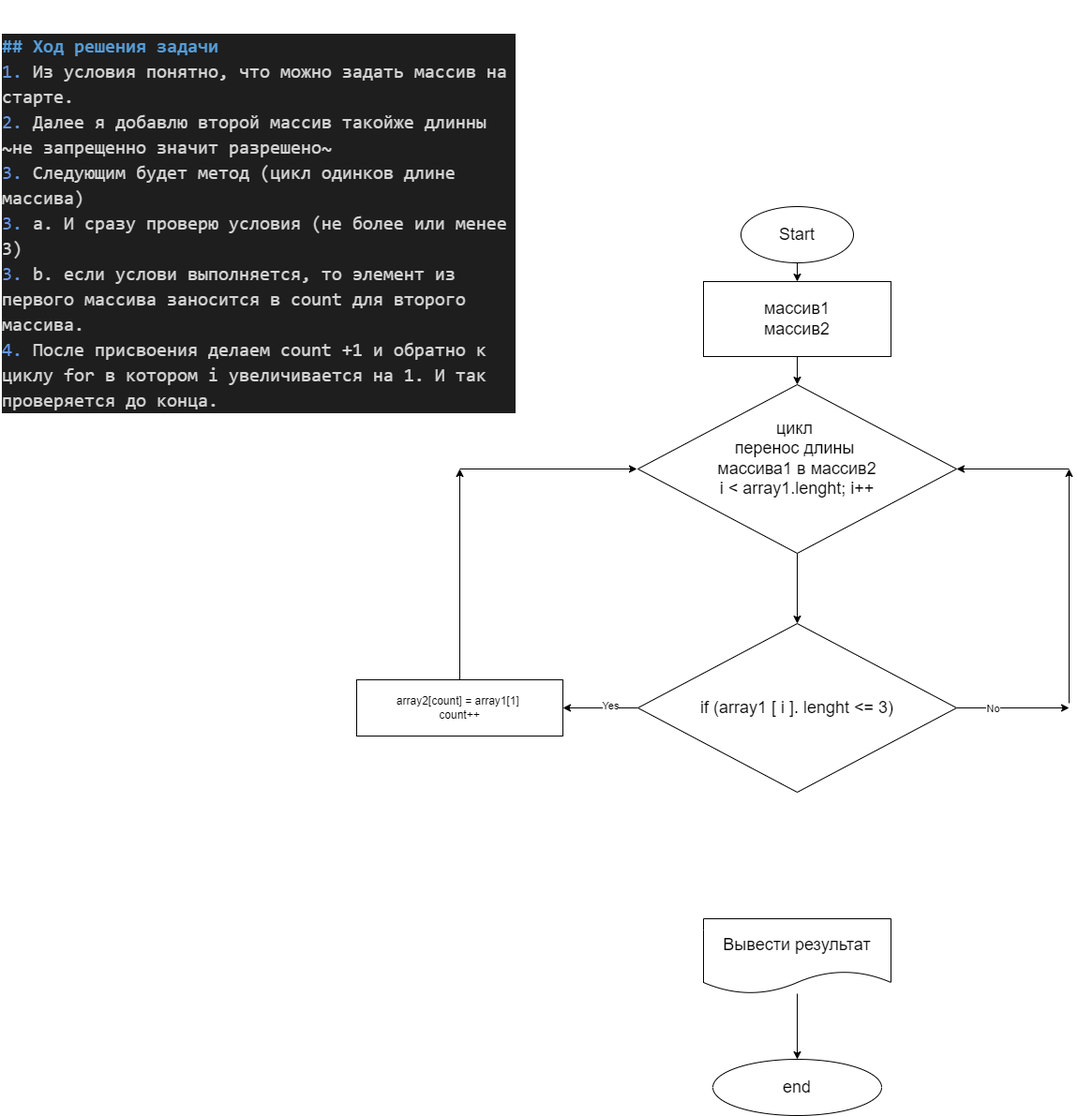
Before: Ex01/Ex01.drawio.png, a diagram exported from draw.io (NeoAdd/Final1Q). Source tidied: cells renumbered, new cells last; positions are measured from the earlier drawing's top-left corner, leaving out a move shared by most shapes.
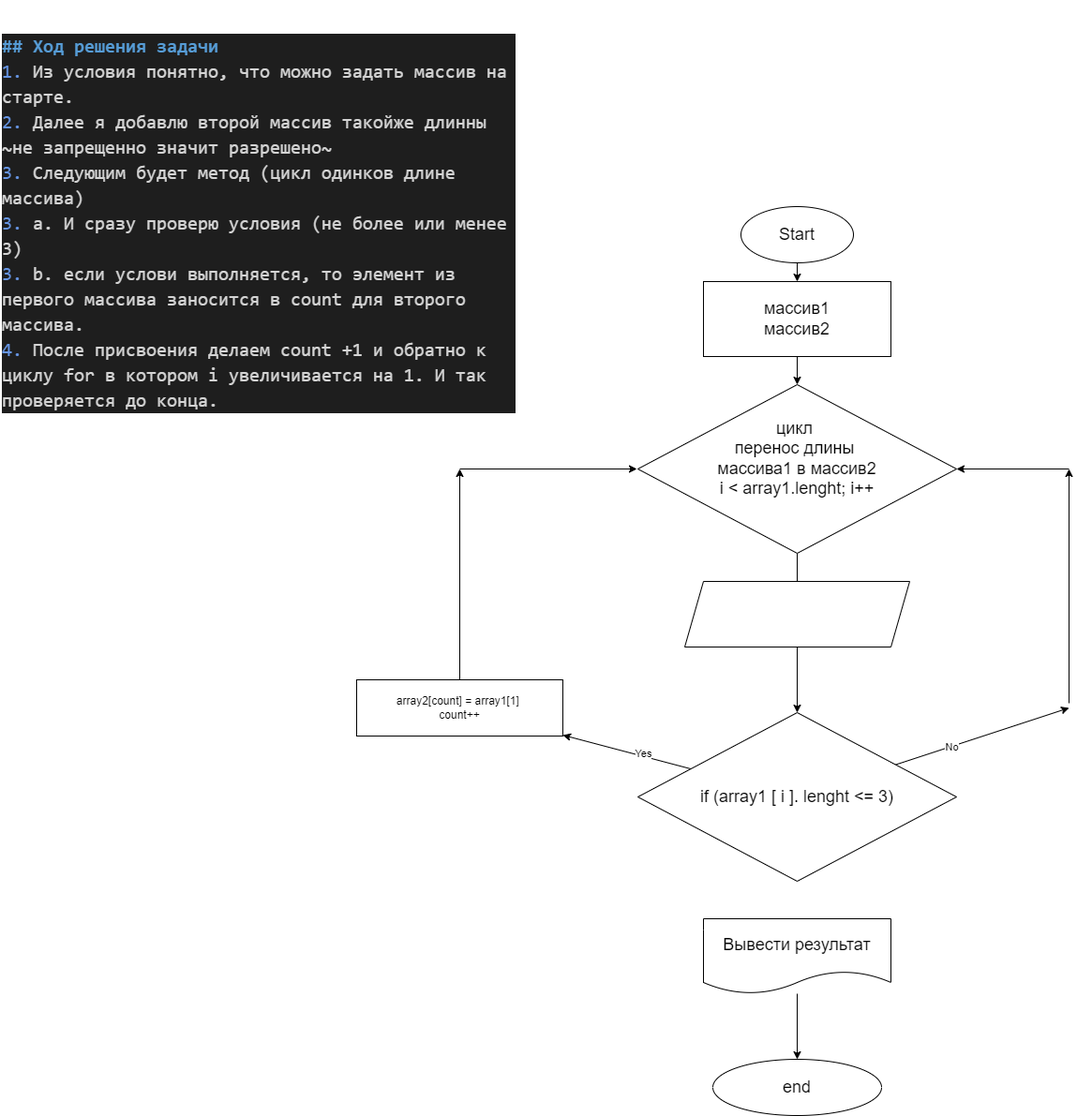
The same diagram one commit later.

Commit message:
исправил ошибки в схеме2

Diff of the diagram source:
```diff
@@ -49,7 +49,7 @@
       <mxGeometry x="-0.36" relative="1" as="geometry" />
     </mxCell>
     <mxCell id="16" value="&lt;span style=&quot;font-size: 18px&quot;&gt;if (array1 [ i ]. lenght &amp;lt;= 3)&lt;/span&gt;" style="rhombus;whiteSpace=wrap;html=1;" parent="1" vertex="1">
-      <mxGeometry x="680" y="665" width="340" height="180" as="geometry" />
+      <mxGeometry x="680" y="760" width="340" height="180" as="geometry" />
     </mxCell>
     <mxCell id="17" style="edgeStyle=none;html=1;" parent="1" edge="1" source="18">
       <mxGeometry relative="1" as="geometry">
@@ -77,5 +77,8 @@
         <mxPoint x="679" y="500" as="targetPoint" />
       </mxGeometry>
     </mxCell>
+    <mxCell id="22" style="shape=parallelogram;perimeter=parallelogramPerimeter;whiteSpace=wrap;html=1;fixedSize=1;" parent="1" vertex="1">
+      <mxGeometry x="730" y="620" width="240" height="70" as="geometry" />
+    </mxCell>
   </root>
 </mxGraphModel>
```
